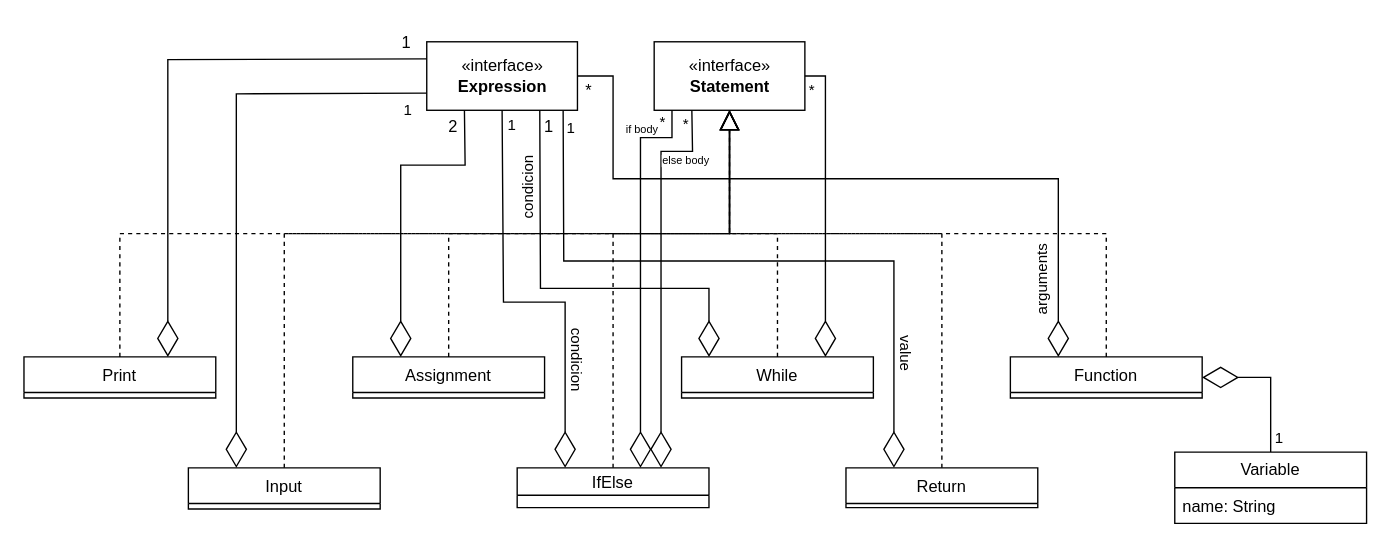
Before: page "Sentencias" (2 of 5) of Lenguaje.drawio in adrimr02/DLP, a draw.io diagram. Source tidied: cells renumbered, new cells numbered last; positions are measured from the earlier drawing's top-left corner, leaving out a move shared by most shapes. Both pictures are drawn from the tidied source at 137%, with x=0, y=0 at pixel (23, 41).
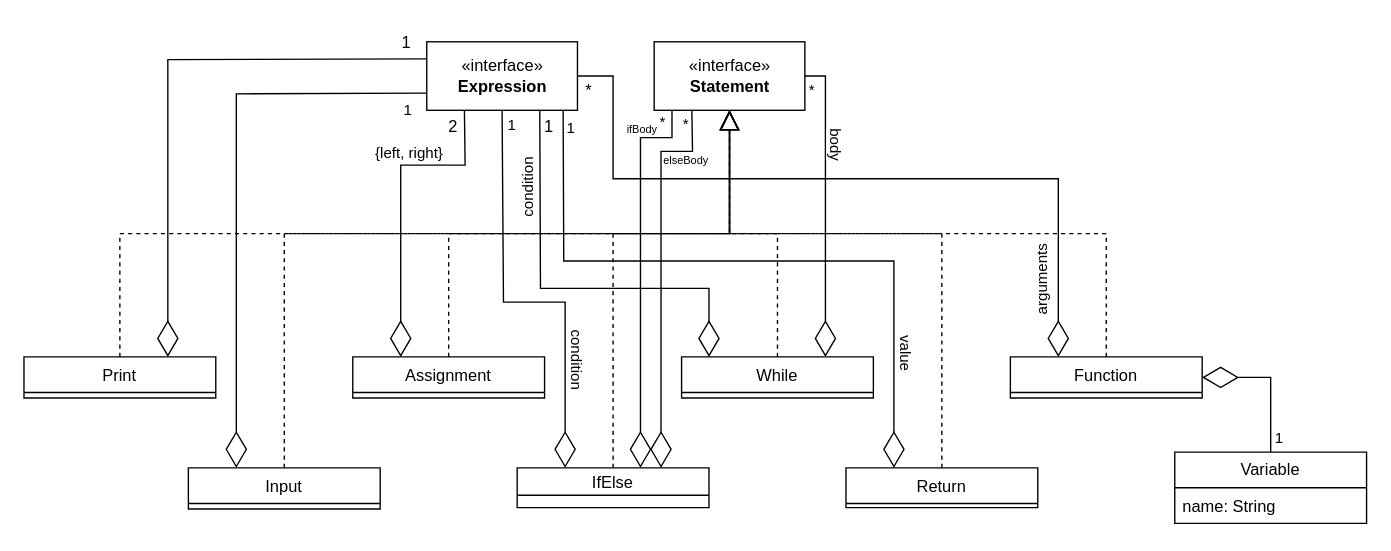
The same diagram, later.

Unchanged cells that the change refers to:
```xml
<mxCell id="20" style="endArrow=diamondThin;endFill=0;endSize=24;html=1;rounded=0;fontSize=12;entryX=0.25;entryY=0;entryDx=0;entryDy=0;exitX=0.25;exitY=1;exitDx=0;exitDy=0;" parent="1" edge="1" source="4" target="6">
  <mxGeometry relative="1" as="geometry">
    <Array as="points">
      <mxPoint x="322" y="90" />
      <mxPoint x="275" y="90" />
    </Array>
  </mxGeometry>
</mxCell>
<mxCell id="22" style="endArrow=diamondThin;endFill=0;endSize=24;html=1;rounded=0;fontSize=12;entryX=0.143;entryY=0;entryDx=0;entryDy=0;exitX=0.75;exitY=1;exitDx=0;exitDy=0;entryPerimeter=0;" parent="1" edge="1" source="4" target="8">
  <mxGeometry relative="1" as="geometry">
    <Array as="points">
      <mxPoint x="377" y="180" />
      <mxPoint x="500" y="180" />
    </Array>
  </mxGeometry>
</mxCell>
<mxCell id="30" style="endArrow=diamondThin;endFill=0;endSize=24;html=1;rounded=0;exitX=0.5;exitY=1;exitDx=0;exitDy=0;entryX=0.25;entryY=0;entryDx=0;entryDy=0;" parent="1" edge="1" source="4" target="7">
  <mxGeometry relative="1" as="geometry">
    <Array as="points">
      <mxPoint x="350" y="190" />
      <mxPoint x="395" y="190" />
    </Array>
  </mxGeometry>
</mxCell>
<mxCell id="36" style="endArrow=diamondThin;endFill=0;endSize=24;html=1;rounded=0;entryX=0.75;entryY=0;entryDx=0;entryDy=0;exitX=1;exitY=0.5;exitDx=0;exitDy=0;" parent="1" edge="1" source="2" target="8">
  <mxGeometry relative="1" as="geometry">
    <Array as="points">
      <mxPoint x="585" y="25" />
    </Array>
  </mxGeometry>
</mxCell>
<mxCell id="38" style="endArrow=diamondThin;endFill=0;endSize=24;html=1;rounded=0;entryX=0.75;entryY=0;entryDx=0;entryDy=0;exitX=0.25;exitY=1;exitDx=0;exitDy=0;" parent="1" edge="1" source="2" target="7">
  <mxGeometry relative="1" as="geometry">
    <Array as="points">
      <mxPoint x="488" y="80" />
      <mxPoint x="465" y="80" />
    </Array>
  </mxGeometry>
</mxCell>
<mxCell id="41" style="endArrow=diamondThin;endFill=0;endSize=24;html=1;rounded=0;entryX=0.75;entryY=0;entryDx=0;entryDy=0;exitX=0.25;exitY=1;exitDx=0;exitDy=0;" parent="1" edge="1">
  <mxGeometry relative="1" as="geometry">
    <mxPoint x="473" y="50" as="sourcePoint" />
    <mxPoint x="450" y="311" as="targetPoint" />
    <Array as="points">
      <mxPoint x="473" y="70" />
      <mxPoint x="450" y="70" />
    </Array>
  </mxGeometry>
</mxCell>
```

Diff of the diagram source:
```diff
@@
+    <mxCell id="48" value="{left, right}" style="edgeLabel;html=1;align=center;verticalAlign=middle;" parent="20" vertex="1">
+      <mxGeometry x="-0.32" y="1" relative="1" as="geometry">
+        <mxPoint x="-5" y="-11" as="offset" />
+      </mxGeometry>
+    </mxCell>
@@
-    <mxCell id="24" value="condicion" style="edgeLabel;html=1;align=center;verticalAlign=middle;rotation=270;" parent="22" vertex="1">
+    <mxCell id="24" value="condition" style="edgeLabel;html=1;align=center;verticalAlign=middle;rotation=270;" parent="22" vertex="1">
       <mxGeometry x="-0.65" y="-1" relative="1" as="geometry">
         <mxPoint x="-9" y="4" as="offset" />
       </mxGeometry>
     </mxCell>
@@
-    <mxCell id="32" value="condicion" style="edgeLabel;html=1;align=center;verticalAlign=middle;rotation=90;" parent="30" vertex="1">
+    <mxCell id="32" value="condition" style="edgeLabel;html=1;align=center;verticalAlign=middle;rotation=90;" parent="30" vertex="1">
       <mxGeometry x="0.43" y="-2" relative="1" as="geometry">
         <mxPoint x="11" y="7" as="offset" />
       </mxGeometry>
     </mxCell>
@@
+    <mxCell id="49" value="body" style="edgeLabel;html=1;align=center;verticalAlign=middle;rotation=90;" parent="36" vertex="1">
+      <mxGeometry x="-0.4" y="3" relative="1" as="geometry">
+        <mxPoint x="6" y="-2" as="offset" />
+      </mxGeometry>
+    </mxCell>
@@
-    <mxCell id="40" value="else body" style="edgeLabel;html=1;align=center;verticalAlign=middle;fontSize=8;" parent="38" vertex="1">
+    <mxCell id="40" value="elseBody" style="edgeLabel;html=1;align=center;verticalAlign=middle;fontSize=8;" parent="38" vertex="1">
       <mxGeometry x="-0.84" relative="1" as="geometry">
         <mxPoint x="-5" y="14" as="offset" />
       </mxGeometry>
     </mxCell>
@@
-    <mxCell id="43" value="if body" style="edgeLabel;html=1;align=center;verticalAlign=middle;fontSize=8;" parent="41" vertex="1">
+    <mxCell id="43" value="ifBody" style="edgeLabel;html=1;align=center;verticalAlign=middle;fontSize=8;" parent="41" vertex="1">
       <mxGeometry x="-0.75" relative="1" as="geometry">
         <mxPoint x="-7" y="-7" as="offset" />
       </mxGeometry>
     </mxCell>
```
